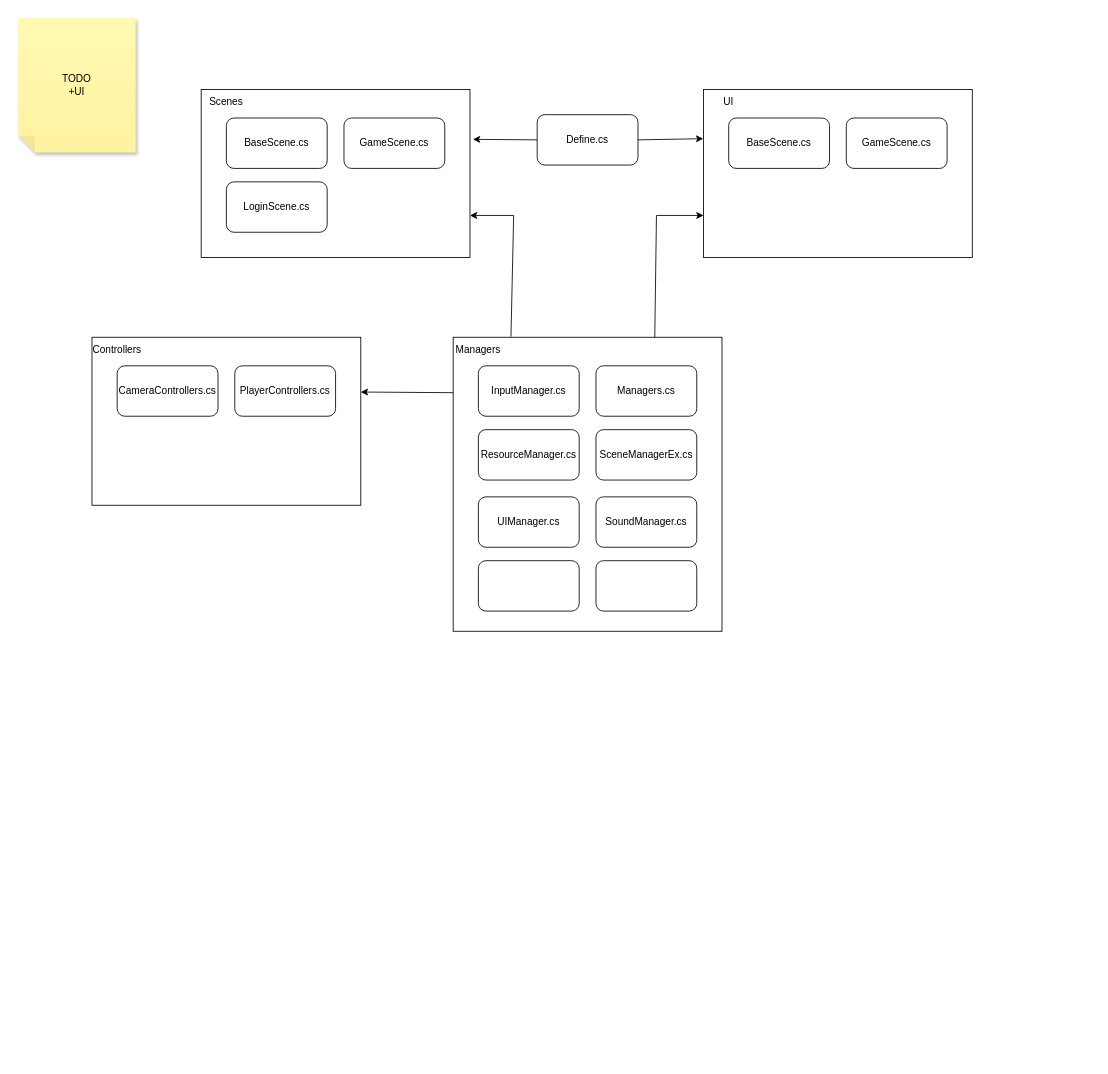
The draw.io diagram unity.drawio in d0bee/Unity-to-Server, before the edit. Source tidied: cells renumbered, new cells numbered last; positions are measured from the earlier drawing's top-left corner, leaving out a move shared by most shapes. Both pictures are drawn from the tidied source at 84%, with x=0, y=0 at pixel (18, 18).
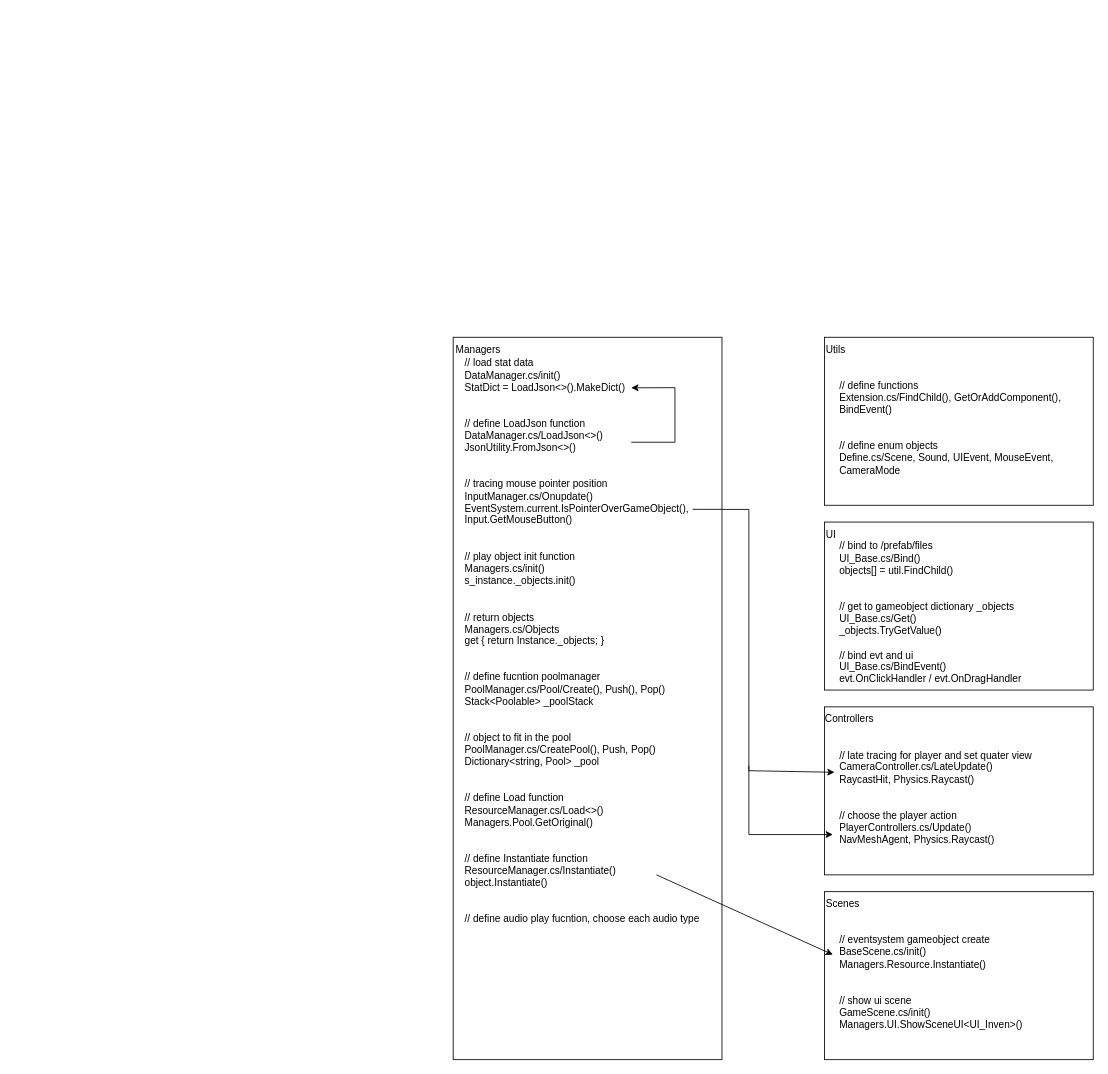
After the change.

The edit, as a diff of the source:
```diff
@@
     <mxCell id="2" style="rounded=0;whiteSpace=wrap;html=1;" parent="1" vertex="1">
-      <mxGeometry x="218" y="85" width="320" height="200" as="geometry" />
+      <mxGeometry x="960" y="1040" width="320" height="200" as="geometry" />
     </mxCell>
-    <mxCell id="3" value="BaseScene.cs" style="rounded=1;whiteSpace=wrap;html=1;" parent="1" vertex="1">
-      <mxGeometry x="248" y="119" width="120" height="60" as="geometry" />
-    </mxCell>
-    <mxCell id="4" value="Scenes" style="text;strokeColor=none;align=center;fillColor=none;html=1;verticalAlign=middle;whiteSpace=wrap;rounded=0;" parent="1" vertex="1">
-      <mxGeometry x="218" y="85" width="60" height="30" as="geometry" />
+    <mxCell id="4" value="Scenes" style="text;strokeColor=none;align=left;fillColor=none;html=1;verticalAlign=middle;whiteSpace=wrap;rounded=0;" parent="1" vertex="1">
+      <mxGeometry x="960" y="1040" width="60" height="30" as="geometry" />
     </mxCell>
-    <mxCell id="5" value="GameScene.cs" style="rounded=1;whiteSpace=wrap;html=1;" parent="1" vertex="1">
-      <mxGeometry x="388" y="119" width="120" height="60" as="geometry" />
-    </mxCell>
-    <mxCell id="6" value="Define.cs" style="rounded=1;whiteSpace=wrap;html=1;" parent="1" vertex="1">
-      <mxGeometry x="618" y="115" width="120" height="60" as="geometry" />
-    </mxCell>
-    <mxCell id="7" style="endArrow=classic;html=1;rounded=0;entryX=1.011;entryY=0.297;entryDx=0;entryDy=0;entryPerimeter=0;exitX=0;exitY=0.5;exitDx=0;exitDy=0;" parent="1" edge="1" source="6" target="2">
-      <mxGeometry relative="1" as="geometry" />
-    </mxCell>
-    <mxCell id="8" style="rounded=0;whiteSpace=wrap;html=1;" parent="1" vertex="1">
-      <mxGeometry x="816" y="85" width="320" height="200" as="geometry" />
-    </mxCell>
-    <mxCell id="9" value="BaseScene.cs" style="rounded=1;whiteSpace=wrap;html=1;" parent="1" vertex="1">
-      <mxGeometry x="846" y="119" width="120" height="60" as="geometry" />
-    </mxCell>
+    <mxCell id="15" style="rounded=0;whiteSpace=wrap;html=1;" parent="1" vertex="1">
+      <mxGeometry x="518" y="380" width="320" height="860" as="geometry" />
+    </mxCell>
+    <mxCell id="17" value="Managers" style="text;strokeColor=none;align=center;fillColor=none;html=1;verticalAlign=middle;whiteSpace=wrap;rounded=0;" parent="1" vertex="1">
+      <mxGeometry x="518" y="380" width="60" height="30" as="geometry" />
+    </mxCell>
+    <mxCell id="32" value="// eventsystem gameobject create&lt;br&gt;BaseScene.cs/init()&lt;br&gt;Managers.Resource.Instantiate()&lt;br&gt;&lt;br&gt;&lt;br&gt;// show ui scene&lt;br&gt;GameScene.cs/init()&lt;br&gt;Managers.UI.ShowSceneUI&amp;lt;UI_Inven&amp;gt;()" style="text;strokeColor=none;align=left;fillColor=none;html=1;verticalAlign=middle;whiteSpace=wrap;rounded=0;" parent="1" vertex="1">
+      <mxGeometry x="976" y="1070" width="286" height="155" as="geometry" />
+    </mxCell>
+    <mxCell id="33" style="rounded=0;whiteSpace=wrap;html=1;" parent="1" vertex="1">
+      <mxGeometry x="960" y="600" width="320" height="200" as="geometry" />
+    </mxCell>
-    <mxCell id="10" value="UI" style="text;strokeColor=none;align=center;fillColor=none;html=1;verticalAlign=middle;whiteSpace=wrap;rounded=0;" parent="1" vertex="1">
-      <mxGeometry x="816" y="85" width="60" height="30" as="geometry" />
+    <mxCell id="10" value="UI" style="text;strokeColor=none;align=left;fillColor=none;html=1;verticalAlign=middle;whiteSpace=wrap;rounded=0;" parent="1" vertex="1">
+      <mxGeometry x="960" y="600" width="60" height="30" as="geometry" />
     </mxCell>
-    <mxCell id="11" value="GameScene.cs" style="rounded=1;whiteSpace=wrap;html=1;" parent="1" vertex="1">
-      <mxGeometry x="986" y="119" width="120" height="60" as="geometry" />
-    </mxCell>
-    <mxCell id="12" style="endArrow=classic;html=1;rounded=0;entryX=-0.001;entryY=0.293;entryDx=0;entryDy=0;entryPerimeter=0;exitX=1;exitY=0.5;exitDx=0;exitDy=0;" parent="1" edge="1" source="6" target="8">
-      <mxGeometry relative="1" as="geometry" />
-    </mxCell>
-    <mxCell id="13" value="LoginScene.cs" style="rounded=1;whiteSpace=wrap;html=1;" parent="1" vertex="1">
-      <mxGeometry x="248" y="195" width="120" height="60" as="geometry" />
-    </mxCell>
-    <mxCell id="14" value="TODO&lt;br&gt;+UI" style="shape=note;whiteSpace=wrap;html=1;backgroundOutline=1;fontColor=#000000;darkOpacity=0.05;fillColor=#FFF9B2;strokeColor=none;fillStyle=solid;direction=west;gradientDirection=north;gradientColor=#FFF2A1;shadow=1;size=20;" parent="1" vertex="1">
-      <mxGeometry width="140" height="160" as="geometry" />
-    </mxCell>
-    <mxCell id="15" style="rounded=0;whiteSpace=wrap;html=1;" parent="1" vertex="1">
-      <mxGeometry x="518" y="380" width="320" height="350" as="geometry" />
-    </mxCell>
-    <mxCell id="16" value="InputManager.cs" style="rounded=1;whiteSpace=wrap;html=1;" parent="1" vertex="1">
-      <mxGeometry x="548" y="414" width="120" height="60" as="geometry" />
-    </mxCell>
-    <mxCell id="17" value="Managers" style="text;strokeColor=none;align=center;fillColor=none;html=1;verticalAlign=middle;whiteSpace=wrap;rounded=0;" parent="1" vertex="1">
-      <mxGeometry x="518" y="380" width="60" height="30" as="geometry" />
-    </mxCell>
-    <mxCell id="18" value="Managers.cs" style="rounded=1;whiteSpace=wrap;html=1;" parent="1" vertex="1">
-      <mxGeometry x="688" y="414" width="120" height="60" as="geometry" />
-    </mxCell>
-    <mxCell id="19" value="ResourceManager.cs" style="rounded=1;whiteSpace=wrap;html=1;" parent="1" vertex="1">
-      <mxGeometry x="548" y="490" width="120" height="60" as="geometry" />
-    </mxCell>
-    <mxCell id="20" value="SceneManagerEx.cs" style="rounded=1;whiteSpace=wrap;html=1;" parent="1" vertex="1">
-      <mxGeometry x="688" y="490" width="120" height="60" as="geometry" />
-    </mxCell>
-    <mxCell id="21" value="UIManager.cs" style="rounded=1;whiteSpace=wrap;html=1;" parent="1" vertex="1">
-      <mxGeometry x="548" y="570" width="120" height="60" as="geometry" />
-    </mxCell>
-    <mxCell id="22" value="SoundManager.cs" style="rounded=1;whiteSpace=wrap;html=1;" parent="1" vertex="1">
-      <mxGeometry x="688" y="570" width="120" height="60" as="geometry" />
-    </mxCell>
-    <mxCell id="23" style="rounded=1;whiteSpace=wrap;html=1;" parent="1" vertex="1">
-      <mxGeometry x="548" y="646" width="120" height="60" as="geometry" />
-    </mxCell>
-    <mxCell id="24" style="rounded=1;whiteSpace=wrap;html=1;" parent="1" vertex="1">
-      <mxGeometry x="688" y="646" width="120" height="60" as="geometry" />
-    </mxCell>
-    <mxCell id="25" style="rounded=0;whiteSpace=wrap;html=1;" parent="1" vertex="1">
-      <mxGeometry x="88" y="380" width="320" height="200" as="geometry" />
-    </mxCell>
-    <mxCell id="26" value="CameraControllers.cs" style="rounded=1;whiteSpace=wrap;html=1;" parent="1" vertex="1">
-      <mxGeometry x="118" y="414" width="120" height="60" as="geometry" />
-    </mxCell>
+    <mxCell id="34" value="// bind to /prefab/files&lt;br&gt;UI_Base.cs/Bind()&lt;br&gt;objects[] = util.FindChild()&lt;br&gt;&lt;br&gt;&lt;br&gt;// get to gameobject dictionary _objects&lt;br&gt;UI_Base.cs/Get()&lt;br&gt;_objects.TryGetValue()&lt;br&gt;&lt;br&gt;// bind evt and ui&lt;br&gt;UI_Base.cs/BindEvent()&lt;br&gt;evt.OnClickHandler / evt.OnDragHandler" style="text;strokeColor=none;align=left;fillColor=none;html=1;verticalAlign=middle;whiteSpace=wrap;rounded=0;" parent="1" vertex="1">
+      <mxGeometry x="976" y="630" width="286" height="155" as="geometry" />
+    </mxCell>
+    <mxCell id="35" style="rounded=0;whiteSpace=wrap;html=1;" parent="1" vertex="1">
+      <mxGeometry x="960" y="820" width="320" height="200" as="geometry" />
+    </mxCell>
     <mxCell id="27" value="Controllers" style="text;strokeColor=none;align=center;fillColor=none;html=1;verticalAlign=middle;whiteSpace=wrap;rounded=0;" parent="1" vertex="1">
-      <mxGeometry x="88" y="380" width="60" height="30" as="geometry" />
+      <mxGeometry x="960" y="820" width="60" height="30" as="geometry" />
     </mxCell>
-    <mxCell id="28" value="PlayerControllers.cs" style="rounded=1;whiteSpace=wrap;html=1;" parent="1" vertex="1">
-      <mxGeometry x="258" y="414" width="120" height="60" as="geometry" />
-    </mxCell>
-    <mxCell id="29" style="endArrow=classic;html=1;rounded=0;entryX=1;entryY=0.326;entryDx=0;entryDy=0;entryPerimeter=0;exitX=0;exitY=0.5;exitDx=0;exitDy=0;" parent="1" edge="1" target="25">
-      <mxGeometry relative="1" as="geometry">
-        <mxPoint x="518" y="446" as="sourcePoint" />
-      </mxGeometry>
-    </mxCell>
-    <mxCell id="30" style="endArrow=classic;html=1;rounded=0;exitX=0.215;exitY=-0.002;exitDx=0;exitDy=0;exitPerimeter=0;entryX=1;entryY=0.75;entryDx=0;entryDy=0;" parent="1" edge="1" source="15" target="2">
-      <mxGeometry relative="1" as="geometry">
-        <Array as="points">
-          <mxPoint x="590" y="235" />
-        </Array>
-      </mxGeometry>
-    </mxCell>
-    <mxCell id="31" style="endArrow=classic;html=1;rounded=0;exitX=0.75;exitY=0;exitDx=0;exitDy=0;entryX=0;entryY=0.75;entryDx=0;entryDy=0;" parent="1" edge="1" source="15" target="8">
-      <mxGeometry relative="1" as="geometry">
-        <Array as="points">
-          <mxPoint x="760" y="235" />
-        </Array>
-      </mxGeometry>
-    </mxCell>
+    <mxCell id="36" value="// late tracing for player and set quater view&lt;br&gt;CameraController.cs/LateUpdate()&lt;br&gt;RaycastHit, Physics.Raycast()&lt;br&gt;&lt;br&gt;&lt;br&gt;// choose the player action&lt;br&gt;PlayerControllers.cs/Update()&lt;br&gt;NavMeshAgent, Physics.Raycast()" style="text;strokeColor=none;align=left;fillColor=none;html=1;verticalAlign=middle;whiteSpace=wrap;rounded=0;" parent="1" vertex="1">
+      <mxGeometry x="976" y="850" width="286" height="155" as="geometry" />
+    </mxCell>
+    <mxCell id="37" style="rounded=0;whiteSpace=wrap;html=1;" parent="1" vertex="1">
+      <mxGeometry x="960" y="380" width="320" height="200" as="geometry" />
+    </mxCell>
+    <mxCell id="38" value="Utils" style="text;strokeColor=none;align=left;fillColor=none;html=1;verticalAlign=middle;whiteSpace=wrap;rounded=0;" parent="1" vertex="1">
+      <mxGeometry x="960" y="380" width="60" height="30" as="geometry" />
+    </mxCell>
+    <mxCell id="39" value="// define functions&lt;br&gt;Extension.cs/FindChild(), GetOrAddComponent(), BindEvent()&lt;br&gt;&lt;br&gt;&lt;br&gt;// define enum objects&lt;br&gt;Define.cs/Scene, Sound, UIEvent, MouseEvent, CameraMode" style="text;strokeColor=none;align=left;fillColor=none;html=1;verticalAlign=middle;whiteSpace=wrap;rounded=0;" parent="1" vertex="1">
+      <mxGeometry x="976" y="410" width="286" height="155" as="geometry" />
+    </mxCell>
+    <mxCell id="40" value="// load stat data&lt;br&gt;DataManager.cs/init()&lt;br&gt;StatDict = LoadJson&amp;lt;&amp;gt;().MakeDict()&lt;br&gt;&lt;br&gt;&lt;br&gt;// define LoadJson function&lt;br&gt;DataManager.cs/LoadJson&amp;lt;&amp;gt;()&lt;br&gt;JsonUtility.FromJson&amp;lt;&amp;gt;()&lt;br&gt;&lt;br&gt;&lt;br&gt;// tracing mouse pointer position&lt;br&gt;InputManager.cs/Onupdate()&lt;br&gt;EventSystem.current.IsPointerOverGameObject(),&lt;br&gt;Input.GetMouseButton()&lt;br&gt;&lt;br&gt;&lt;br&gt;// play object init function&lt;br&gt;Managers.cs/init()&lt;br&gt;s_instance._objects.init()&lt;br&gt;&lt;br&gt;&lt;br&gt;// return objects&lt;br&gt;Managers.cs/Objects&lt;br&gt;get { return Instance._objects; }&lt;br&gt;&lt;br&gt;&lt;br&gt;// define fucntion poolmanager&lt;br&gt;PoolManager.cs/Pool/Create(), Push(), Pop()&lt;br&gt;Stack&amp;lt;Poolable&amp;gt; _poolStack&lt;br&gt;&lt;br&gt;&lt;br&gt;// object to fit in the pool&lt;br&gt;PoolManager.cs/CreatePool(), Push, Pop()&lt;br&gt;Dictionary&amp;lt;string, Pool&amp;gt; _pool&lt;br&gt;&lt;br&gt;&lt;br&gt;// define Load function&lt;br&gt;ResourceManager.cs/Load&amp;lt;&amp;gt;()&lt;br&gt;Managers.Pool.GetOriginal()&lt;br&gt;&lt;br&gt;&lt;br&gt;// define Instantiate function&lt;br&gt;ResourceManager.cs/Instantiate()&lt;br&gt;object.Instantiate()&lt;br&gt;&lt;br&gt;&lt;br&gt;// define audio play fucntion, choose each audio type&lt;br&gt;" style="text;strokeColor=none;align=left;fillColor=none;html=1;verticalAlign=middle;whiteSpace=wrap;rounded=0;" parent="1" vertex="1">
+      <mxGeometry x="530" y="587" width="300" height="310" as="geometry" />
+    </mxCell>
+    <mxCell id="41" style="endArrow=classic;html=1;rounded=0;entryX=1;entryY=0.07;entryDx=0;entryDy=0;entryPerimeter=0;" parent="1" edge="1">
+      <mxGeometry relative="1" as="geometry">
+        <mxPoint x="730" y="505" as="sourcePoint" />
+        <mxPoint x="730" y="440.2" as="targetPoint" />
+        <Array as="points">
+          <mxPoint x="782" y="505" />
+          <mxPoint x="782" y="440" />
+        </Array>
+      </mxGeometry>
+    </mxCell>
+    <mxCell id="42" style="endArrow=classic;html=1;rounded=0;" parent="1" edge="1">
+      <mxGeometry relative="1" as="geometry">
+        <mxPoint x="760" y="1020" as="sourcePoint" />
+        <mxPoint x="970" y="1115" as="targetPoint" />
+      </mxGeometry>
+    </mxCell>
+    <mxCell id="43" style="endArrow=classic;html=1;rounded=0;exitX=0.91;exitY=-0.007;exitDx=0;exitDy=0;exitPerimeter=0;entryX=-0.014;entryY=0.309;entryDx=0;entryDy=0;entryPerimeter=0;" parent="1" edge="1" source="40" target="36">
+      <mxGeometry relative="1" as="geometry">
+        <Array as="points">
+          <mxPoint x="870" y="585" />
+          <mxPoint x="870" y="896" />
+        </Array>
+      </mxGeometry>
+    </mxCell>
+    <mxCell id="44" style="endArrow=classic;html=1;rounded=0;" parent="1" edge="1">
+      <mxGeometry relative="1" as="geometry">
+        <mxPoint x="870" y="890" as="sourcePoint" />
+        <mxPoint x="970" y="972" as="targetPoint" />
+        <Array as="points">
+          <mxPoint x="870" y="972" />
+        </Array>
+      </mxGeometry>
+    </mxCell>
```
